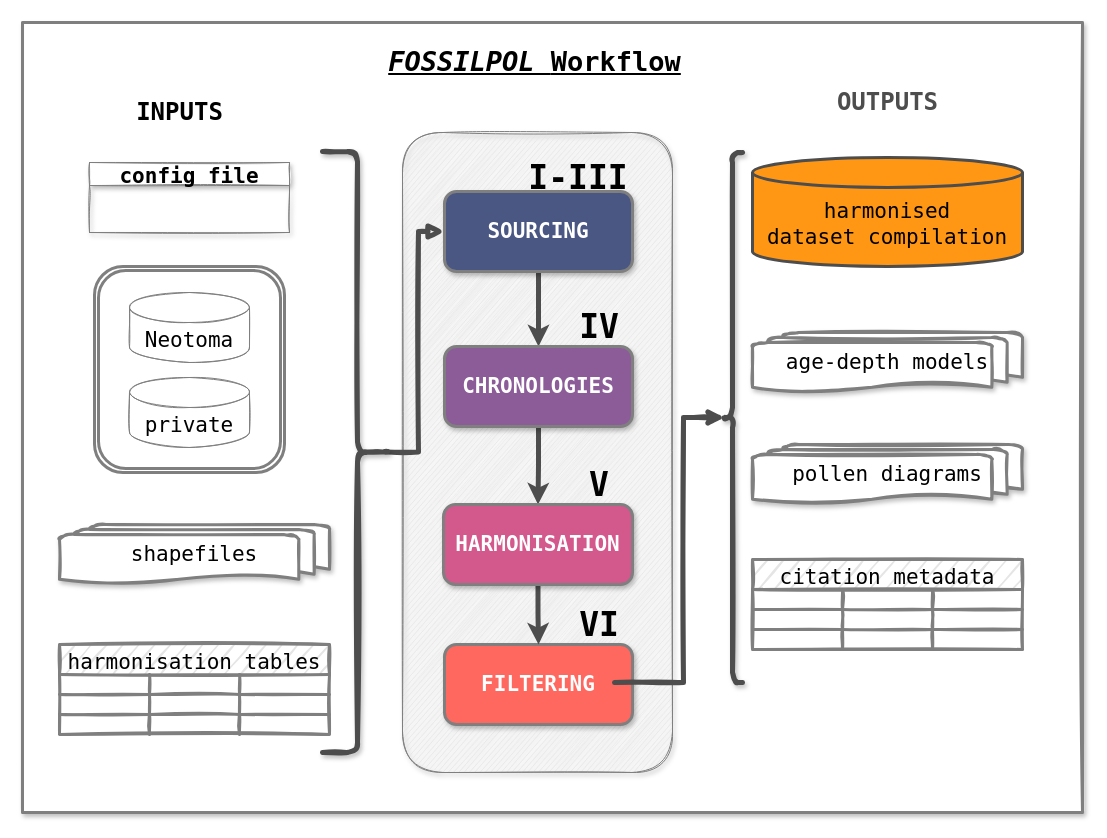
HOPE-UIB-BIO/FOSSILPOL-example-Scandinavia keeps this draw.io diagram as Outputs/Figures/Supplementary/Workflow_MainText_Summary.drawio. Above is the earlier version. Source tidied: cells renumbered, new cells numbered last; positions are measured from the earlier drawing's top-left corner, leaving out a move shared by most shapes. Both pictures are drawn from the tidied source at 100%, with x=0, y=0 at pixel (22, 22).
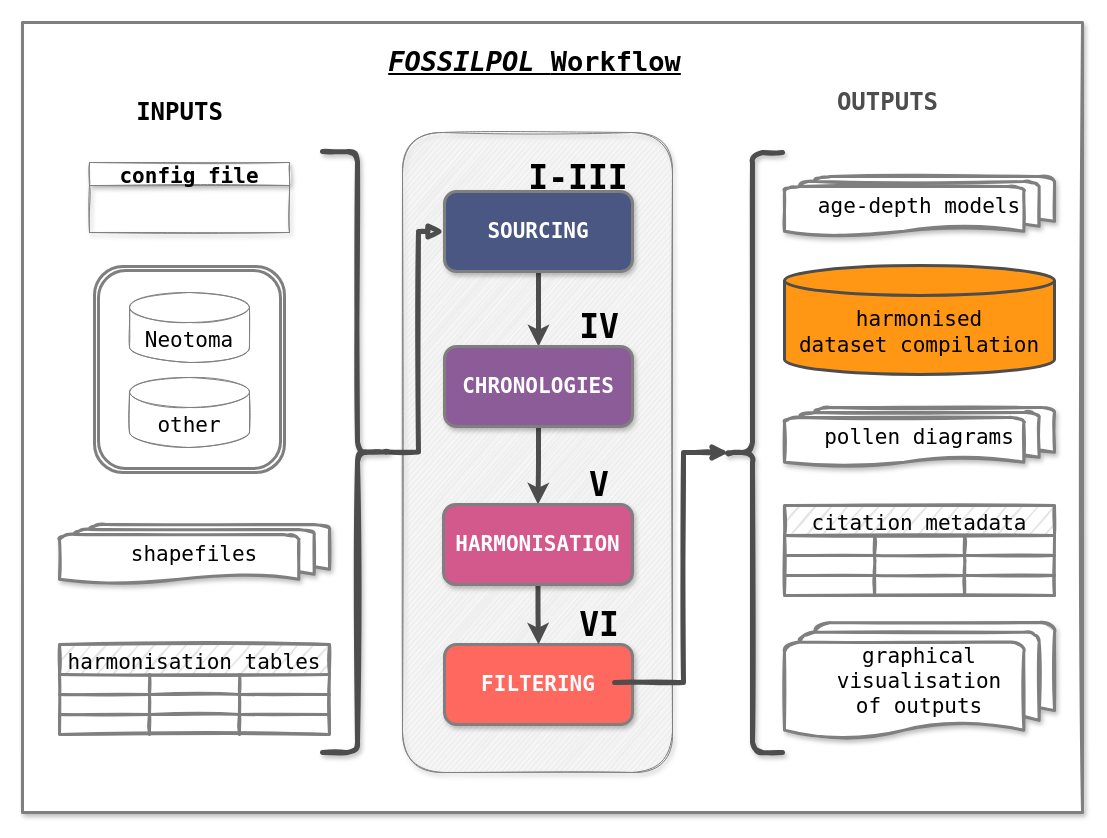
The same page after the edit.

What changed in the source:
```diff
@@
     <mxCell id="11" style="edgeStyle=orthogonalEdgeStyle;rounded=0;sketch=0;orthogonalLoop=1;jettySize=auto;html=1;exitX=0.5;exitY=1;exitDx=0;exitDy=0;entryX=0.5;entryY=0;entryDx=0;entryDy=0;fontFamily=Lucida Console;fontSize=15;" parent="1" edge="1">
       <mxGeometry relative="1" as="geometry">
-        <mxPoint x="2108" y="1241" as="sourcePoint" />
+        <mxPoint x="2802" y="1391" as="sourcePoint" />
       </mxGeometry>
     </mxCell>
     <mxCell id="12" style="edgeStyle=orthogonalEdgeStyle;rounded=0;orthogonalLoop=1;jettySize=auto;html=1;exitX=0;exitY=0.5;exitDx=0;exitDy=0;exitPerimeter=0;entryX=0.5;entryY=0;entryDx=0;entryDy=0;fontFamily=Lucida Console;fontSize=100;" parent="1" edge="1">
       <mxGeometry relative="1" as="geometry">
-        <mxPoint x="2108" y="1211" as="targetPoint" />
+        <mxPoint x="2802" y="1361" as="targetPoint" />
       </mxGeometry>
     </mxCell>
@@
-    <mxCell id="15" value="private" style="shape=cylinder3;whiteSpace=wrap;html=1;boundedLbl=1;backgroundOutline=1;size=15;rounded=0;glass=1;fontFamily=Lucida Console;fontSize=21;sketch=1;strokeColor=#7f7f7f;fontColor=#000000;" parent="1" vertex="1">
+    <mxCell id="15" value="other" style="shape=cylinder3;whiteSpace=wrap;html=1;boundedLbl=1;backgroundOutline=1;size=15;rounded=0;glass=1;fontFamily=Lucida Console;fontSize=21;sketch=1;strokeColor=#7f7f7f;fontColor=#000000;" parent="1" vertex="1">
       <mxGeometry x="107" y="355" width="120" height="70" as="geometry" />
     </mxCell>
@@
     <mxCell id="24" value="harmonised &lt;br&gt;dataset compilation" style="shape=cylinder3;whiteSpace=wrap;html=1;boundedLbl=1;backgroundOutline=1;size=15;rounded=0;glass=1;fontFamily=Lucida Console;fontSize=21;sketch=0;strokeColor=#4D4D4D;strokeWidth=3;fillColor=#FF9715;" parent="1" vertex="1">
-      <mxGeometry x="730" y="135" width="270" height="109" as="geometry" />
+      <mxGeometry x="762" y="243" width="270" height="109" as="geometry" />
     </mxCell>
     <mxCell id="25" value="pollen diagrams" style="strokeWidth=3;html=1;shape=mxgraph.flowchart.multi-document;whiteSpace=wrap;shadow=1;sketch=1;fontFamily=Lucida Console;fontSize=21;strokeColor=#7f7f7f;" parent="1" vertex="1">
-      <mxGeometry x="730" y="422" width="270" height="60" as="geometry" />
+      <mxGeometry x="762" y="385" width="270" height="60" as="geometry" />
     </mxCell>
     <mxCell id="26" value="age-depth models" style="strokeWidth=3;html=1;shape=mxgraph.flowchart.multi-document;whiteSpace=wrap;shadow=1;sketch=1;fontFamily=Lucida Console;fontSize=21;strokeColor=#7f7f7f;" parent="1" vertex="1">
-      <mxGeometry x="730" y="310" width="270" height="60" as="geometry" />
+      <mxGeometry x="762" y="154" width="270" height="60" as="geometry" />
     </mxCell>
     <mxCell id="27" value="citation metadata" style="shape=table;startSize=30;childLayout=tableLayout;fontStyle=0;align=center;sketch=1;fontFamily=Lucida Console;fontSize=21;fillColor=#e5e5e5;strokeColor=#7f7f7f;strokeWidth=3;" parent="1" vertex="1">
-      <mxGeometry x="730" y="537" width="270" height="90" as="geometry" />
+      <mxGeometry x="762" y="483" width="270" height="90" as="geometry" />
     </mxCell>
@@
     <mxCell id="41" style="shape=curlyBracket;whiteSpace=wrap;html=1;rounded=1;shadow=1;sketch=1;fontFamily=Lucida Console;fontSize=21;strokeColor=#4D4D4D;strokeWidth=5;" parent="1" vertex="1">
-      <mxGeometry x="700" y="130" width="20" height="530" as="geometry" />
+      <mxGeometry x="700" y="130" width="60" height="600" as="geometry" />
     </mxCell>
@@
+    <mxCell id="59" value="graphical visualisation &lt;br&gt;of outputs" style="strokeWidth=3;html=1;shape=mxgraph.flowchart.multi-document;whiteSpace=wrap;shadow=1;sketch=1;fontFamily=Lucida Console;fontSize=21;strokeColor=#7f7f7f;" parent="1" vertex="1">
+      <mxGeometry x="762" y="600" width="270" height="118" as="geometry" />
+    </mxCell>
```
